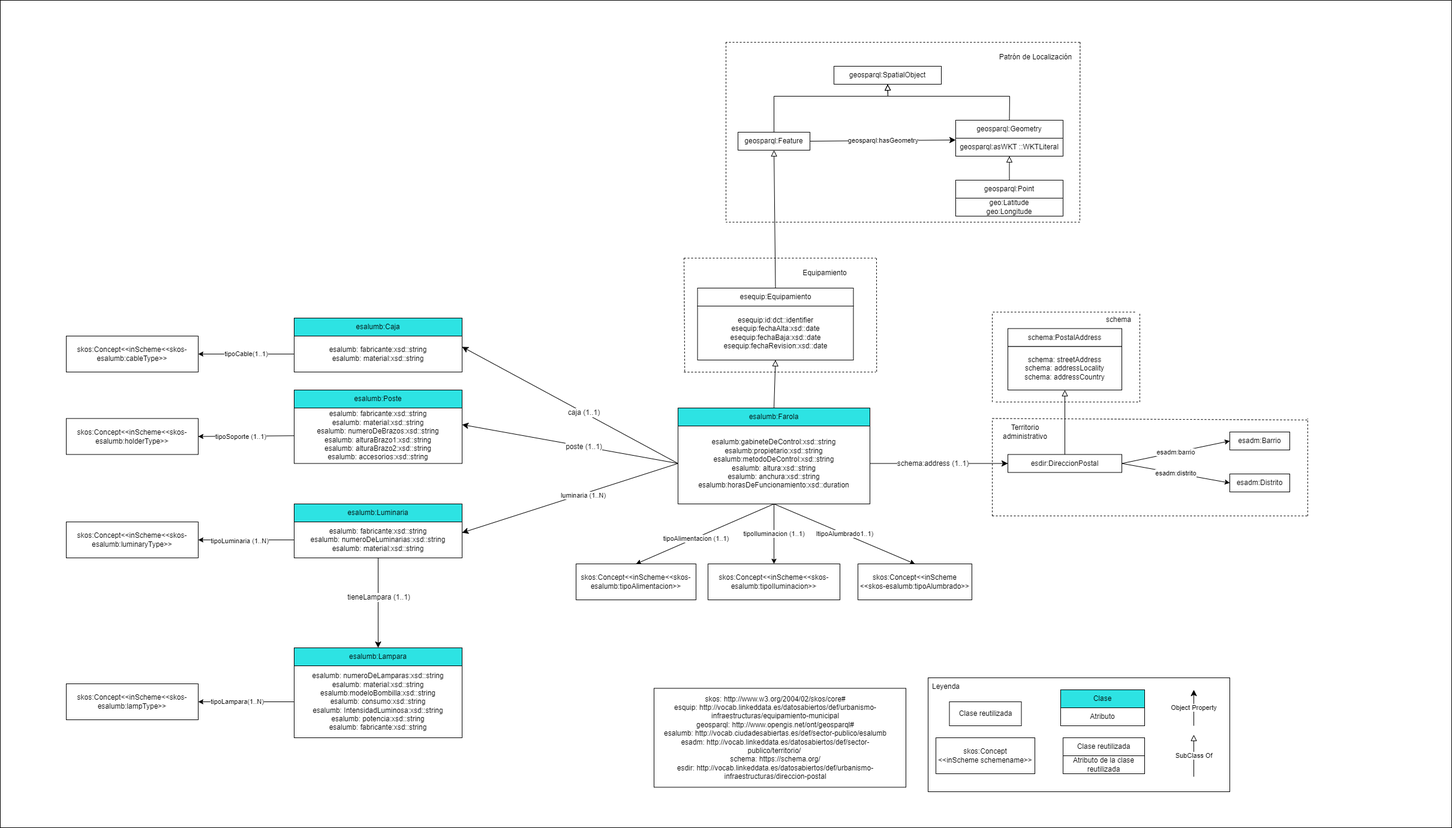
opencitydata/urbanismo-infraestructuras-alumbrado-publico keeps this draw.io diagram as v1.0-rc/ontology/images/Español/Diagrama Alumbrado.png. Above is the earlier version. Source tidied: cells renumbered, new cells last; positions are measured from the earlier drawing's top-left corner, leaving out a move shared by most shapes.
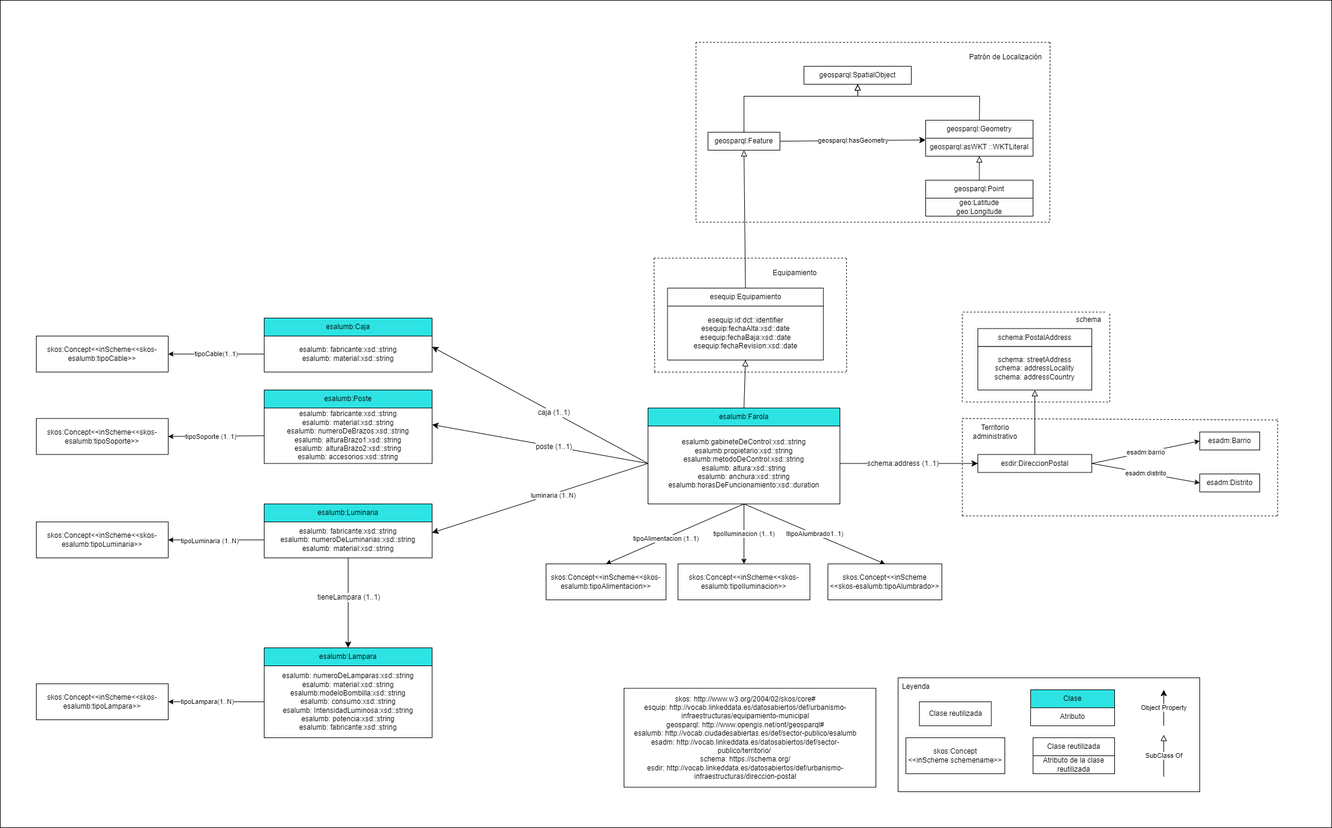
Later version of the same file.

What changed in the source:
```diff
@@ -2,9 +2,9 @@
   <root>
     <mxCell id="0" />
     <mxCell id="1" parent="0" />
-    <mxCell id="2" style="rounded=0;whiteSpace=wrap;html=1;" parent="1" vertex="1">
-      <mxGeometry width="2420" height="1380" as="geometry" />
-    </mxCell>
+    <mxCell id="97" style="rounded=0;whiteSpace=wrap;html=1;" parent="1" vertex="1">
+      <mxGeometry x="50" width="2220" height="1380" as="geometry" />
+    </mxCell>
     <mxCell id="3" value="&lt;span&gt;esalumb:gabineteDeControl:xsd::string&lt;/span&gt;&lt;u&gt;&lt;br&gt;&lt;/u&gt;esalumb:propietario:xsd::string&lt;br&gt;esalumb:metodoDeControl:xsd::string&lt;br&gt;esalumb: altura:xsd::string&lt;br&gt;esalumb: anchura:xsd::string&lt;br&gt;esalumb:horasDeFuncionamiento:xsd::duration&lt;span&gt;&lt;br&gt;&lt;/span&gt;" style="rounded=0;whiteSpace=wrap;html=1;snapToPoint=1;points=[[0.1,0],[0.2,0],[0.3,0],[0.4,0],[0.5,0],[0.6,0],[0.7,0],[0.8,0],[0.9,0],[0,0.1],[0,0.3],[0,0.5],[0,0.7],[0,0.9],[0.1,1],[0.2,1],[0.3,1],[0.4,1],[0.5,1],[0.6,1],[0.7,1],[0.8,1],[0.9,1],[1,0.1],[1,0.3],[1,0.5],[1,0.7],[1,0.9]];" parent="1" vertex="1">
       <mxGeometry x="1130" y="705" width="320" height="135" as="geometry" />
     </mxCell>
@@ -156,13 +156,13 @@
     <mxCell id="49" value="skos:Concept&amp;lt;&amp;lt;inScheme&amp;lt;&amp;lt;skos-esalumb:tipoAlimentacion&amp;gt;&amp;gt;" style="rounded=0;whiteSpace=wrap;html=1;" parent="1" vertex="1">
       <mxGeometry x="960" y="940" width="200" height="60" as="geometry" />
     </mxCell>
-    <mxCell id="50" value="skos:Concept&amp;lt;&amp;lt;inScheme&amp;lt;&amp;lt;skos-esalumb:holderType&amp;gt;&amp;gt;" style="rounded=0;whiteSpace=wrap;html=1;" parent="1" vertex="1">
+    <mxCell id="50" value="skos:Concept&amp;lt;&amp;lt;inScheme&amp;lt;&amp;lt;skos-esalumb:tipoSoporte&amp;gt;&amp;gt;" style="rounded=0;whiteSpace=wrap;html=1;" parent="1" vertex="1">
       <mxGeometry x="110" y="697.5" width="220" height="60" as="geometry" />
     </mxCell>
-    <mxCell id="51" value="skos:Concept&amp;lt;&amp;lt;inScheme&amp;lt;&amp;lt;skos-esalumb:luminaryType&amp;gt;&amp;gt;" style="rounded=0;whiteSpace=wrap;html=1;" parent="1" vertex="1">
+    <mxCell id="51" value="skos:Concept&amp;lt;&amp;lt;inScheme&amp;lt;&amp;lt;skos-esalumb:tipoLuminaria&amp;gt;&amp;gt;" style="rounded=0;whiteSpace=wrap;html=1;" parent="1" vertex="1">
       <mxGeometry x="110" y="870" width="220" height="60" as="geometry" />
     </mxCell>
-    <mxCell id="52" value="skos:Concept&amp;lt;&amp;lt;inScheme&amp;lt;&amp;lt;skos-esalumb:lampType&amp;gt;&amp;gt;" style="rounded=0;whiteSpace=wrap;html=1;" parent="1" vertex="1">
+    <mxCell id="52" value="skos:Concept&amp;lt;&amp;lt;inScheme&amp;lt;&amp;lt;skos-esalumb:tipoLampara&amp;gt;&amp;gt;" style="rounded=0;whiteSpace=wrap;html=1;" parent="1" vertex="1">
       <mxGeometry x="110" y="1140" width="220" height="60" as="geometry" />
     </mxCell>
     <mxCell id="53" style="edgeStyle=orthogonalEdgeStyle;rounded=0;orthogonalLoop=1;jettySize=auto;html=1;exitX=0.5;exitY=1;exitDx=0;exitDy=0;" parent="1" edge="1" source="48" target="48">
@@ -207,7 +207,7 @@
     <mxCell id="64" value="skos:Concept&lt;br&gt;&amp;lt;&amp;lt;inScheme schemename&amp;gt;&amp;gt;" style="rounded=0;whiteSpace=wrap;html=1;" parent="1" vertex="1">
       <mxGeometry x="1560" y="1230" width="165" height="60" as="geometry" />
     </mxCell>
-    <mxCell id="65" value="skos:Concept&amp;lt;&amp;lt;inScheme&amp;lt;&amp;lt;skos-esalumb:cableType&amp;gt;&amp;gt;" style="rounded=0;whiteSpace=wrap;html=1;" parent="1" vertex="1">
+    <mxCell id="65" value="skos:Concept&amp;lt;&amp;lt;inScheme&amp;lt;&amp;lt;skos-esalumb:tipoCable&amp;gt;&amp;gt;" style="rounded=0;whiteSpace=wrap;html=1;" parent="1" vertex="1">
       <mxGeometry x="110" y="560" width="220" height="60" as="geometry" />
     </mxCell>
     <mxCell id="66" value="tipoCable(1..1)" style="endArrow=classic;html=1;rounded=0;exitX=0;exitY=0.5;exitDx=0;exitDy=0;entryX=1;entryY=0.5;entryDx=0;entryDy=0;" parent="1" edge="1" source="7" target="65">
```
